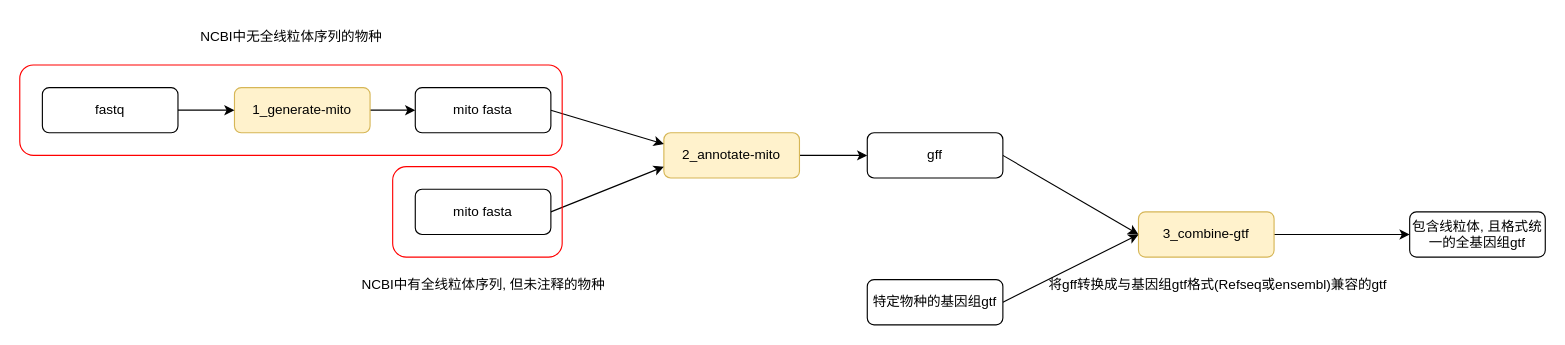
Earlier version of the draw.io diagram .structure/main.drawio (zliu90693/Mito_Assemble). Source tidied: cells renumbered, new cells numbered last; positions are measured from the earlier drawing's top-left corner, leaving out a move shared by most shapes. Both pictures are drawn from the tidied source at 113%, with x=0, y=0 at pixel (19, 19).
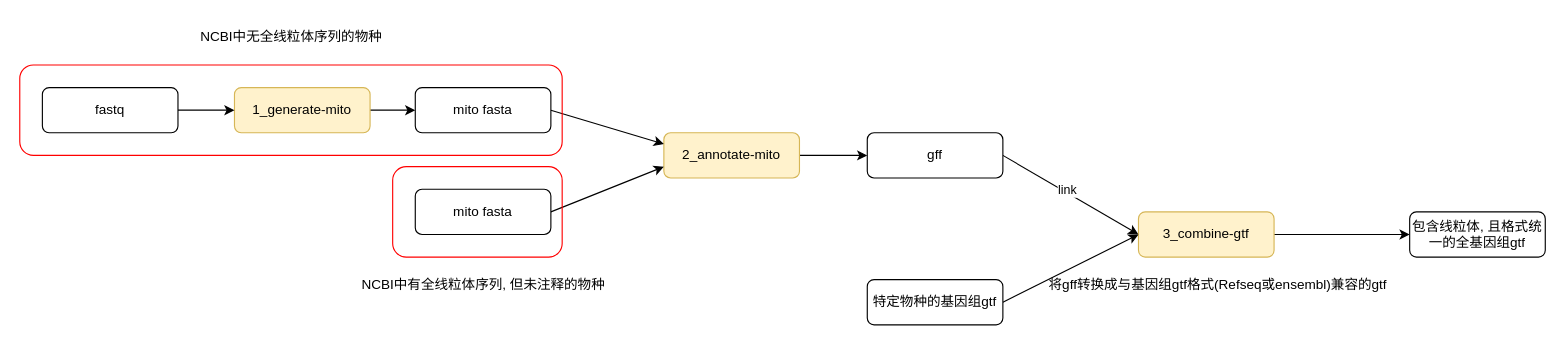
Above is the later version.

Unchanged cells that the change refers to:
```xml
<mxCell id="12" style="edgeStyle=none;html=1;exitX=1;exitY=0.5;exitDx=0;exitDy=0;entryX=0;entryY=0.5;entryDx=0;entryDy=0;" parent="1" edge="1" source="13" target="19">
  <mxGeometry relative="1" as="geometry" />
</mxCell>
```

The edit, as a diff of the source:
```diff
@@
+    <mxCell id="24" value="link" style="edgeLabel;html=1;align=center;verticalAlign=middle;" parent="12" vertex="1">
+      <mxGeometry x="-0.09" y="2" relative="1" as="geometry">
+        <mxPoint x="1" as="offset" />
+      </mxGeometry>
+    </mxCell>
```
